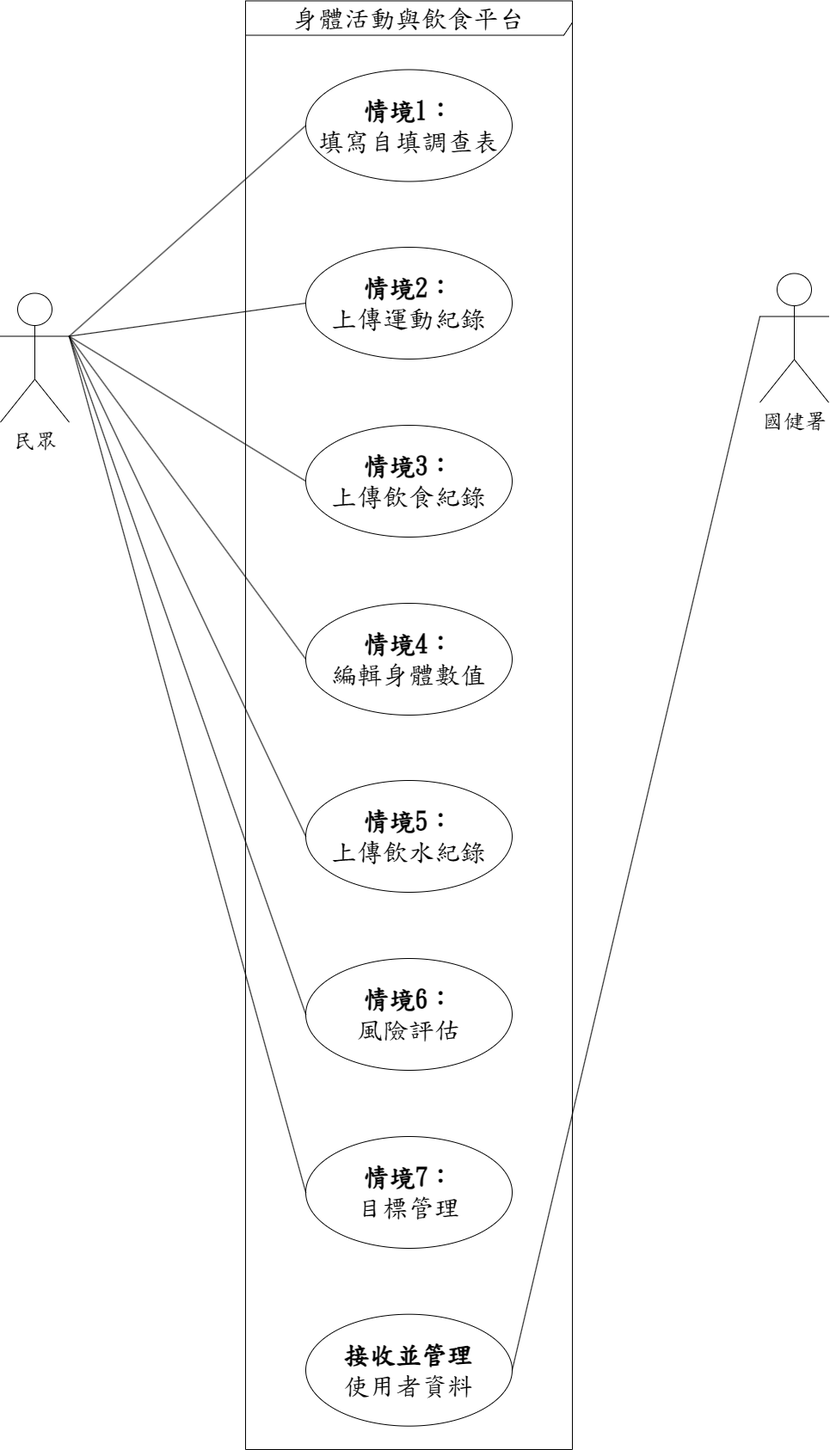
hpapa2025/pad keeps this draw.io diagram as input/images/usecase.png. Above is the earlier version. Source tidied: cells renumbered, new cells last; positions are measured from the earlier drawing's top-left corner, leaving out a move shared by most shapes.
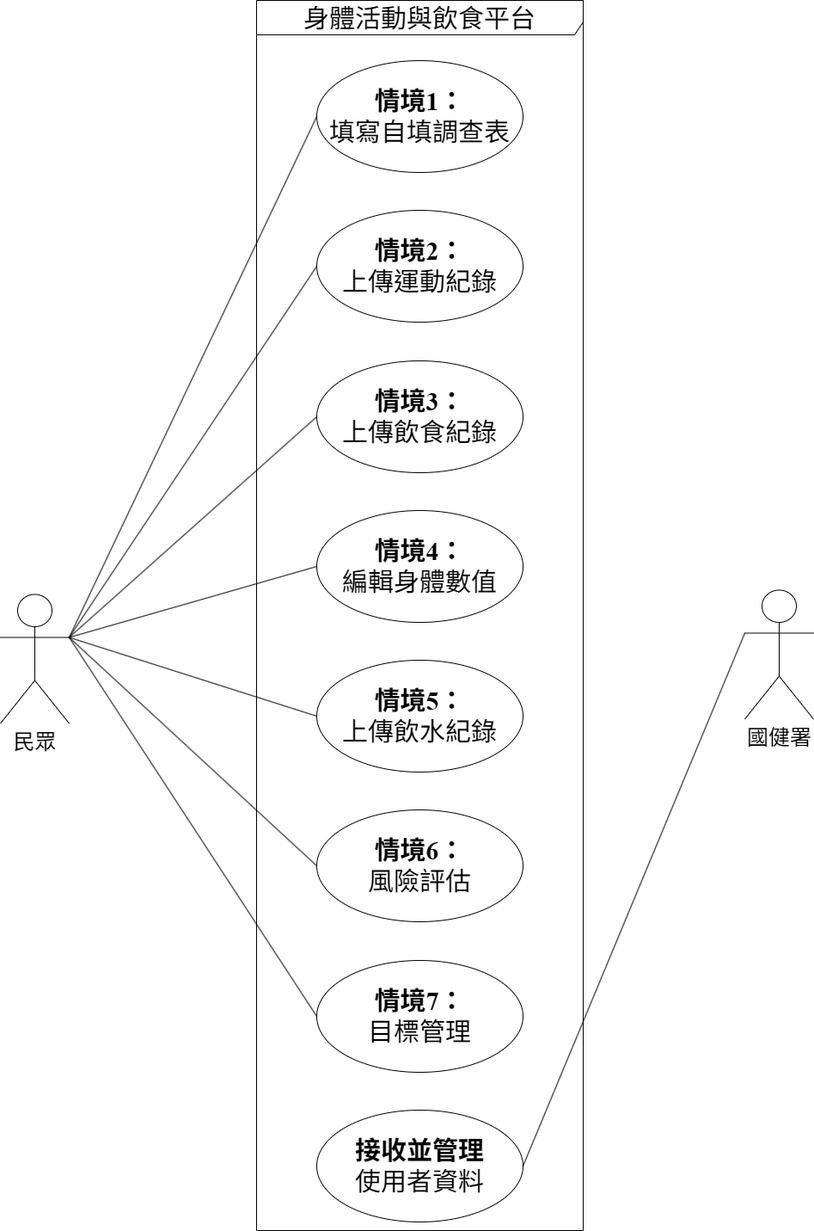
Above is the later version.

Diff of the diagram source:
```diff
@@ -2,61 +2,61 @@
   <root>
     <mxCell id="0" />
     <mxCell id="1" parent="0" />
-    <mxCell id="2" value="&lt;span style=&quot;font-size: 30px;&quot;&gt;身體活動與飲食平台&lt;/span&gt;" style="shape=umlFrame;whiteSpace=wrap;html=1;width=380;height=40;fontFamily=標楷體;" parent="1" vertex="1">
-      <mxGeometry x="285" y="-0.5" width="380" height="1684.5" as="geometry" />
+    <mxCell id="2" value="&lt;span style=&quot;font-size: 30px;&quot;&gt;身體活動與飲食平台&lt;/span&gt;" style="shape=umlFrame;whiteSpace=wrap;html=1;width=380;height=40;fontFamily=Times New Roman;" parent="1" vertex="1">
+      <mxGeometry x="285" y="24" width="380" height="1430" as="geometry" />
     </mxCell>
-    <mxCell id="3" style="rounded=0;jettySize=auto;html=1;exitX=1;exitY=0.3333333333333333;exitDx=0;exitDy=0;exitPerimeter=0;strokeWidth=1;entryX=0;entryY=0.5;entryDx=0;entryDy=0;endArrow=none;endFill=0;fontFamily=標楷體;" parent="1" edge="1" source="5" target="7">
+    <mxCell id="3" style="rounded=0;jettySize=auto;html=1;exitX=1;exitY=0.3333333333333333;exitDx=0;exitDy=0;exitPerimeter=0;strokeWidth=1;entryX=0;entryY=0.5;entryDx=0;entryDy=0;endArrow=none;endFill=0;fontFamily=Times New Roman;" parent="1" edge="1" source="5" target="7">
       <mxGeometry relative="1" as="geometry" />
     </mxCell>
-    <mxCell id="4" style="rounded=0;jettySize=auto;html=1;exitX=1;exitY=0.3333333333333333;exitDx=0;exitDy=0;exitPerimeter=0;entryX=0;entryY=0.5;entryDx=0;entryDy=0;endArrow=none;endFill=0;strokeWidth=1;fontFamily=標楷體;" parent="1" edge="1" source="5" target="8">
+    <mxCell id="4" style="rounded=0;jettySize=auto;html=1;exitX=1;exitY=0.3333333333333333;exitDx=0;exitDy=0;exitPerimeter=0;entryX=0;entryY=0.5;entryDx=0;entryDy=0;endArrow=none;endFill=0;strokeWidth=1;fontFamily=Times New Roman;" parent="1" edge="1" source="5" target="8">
       <mxGeometry relative="1" as="geometry" />
     </mxCell>
-    <mxCell id="5" value="&lt;span style=&quot;font-size: 25px;&quot;&gt;民眾&lt;/span&gt;" style="shape=umlActor;verticalLabelPosition=bottom;verticalAlign=top;html=1;fontFamily=標楷體;" parent="1" vertex="1">
-      <mxGeometry y="339.5" width="80" height="150" as="geometry" />
+    <mxCell id="5" value="&lt;span style=&quot;font-size: 25px;&quot;&gt;民眾&lt;/span&gt;" style="shape=umlActor;verticalLabelPosition=bottom;verticalAlign=top;html=1;fontFamily=Times New Roman;" parent="1" vertex="1">
+      <mxGeometry x="-13" y="714.5" width="80" height="150" as="geometry" />
     </mxCell>
-    <mxCell id="6" value="&lt;b&gt;情境1：&lt;/b&gt;&lt;br&gt;填寫自填調查表" style="ellipse;whiteSpace=wrap;html=1;fontSize=30;fontFamily=標楷體;" parent="1" vertex="1">
-      <mxGeometry x="355" y="79.5" width="240" height="130" as="geometry" />
+    <mxCell id="6" value="&lt;b&gt;情境1：&lt;/b&gt;&lt;br&gt;填寫自填調查表" style="ellipse;whiteSpace=wrap;html=1;fontSize=30;fontFamily=Times New Roman;" parent="1" vertex="1">
+      <mxGeometry x="355" y="94" width="240" height="130" as="geometry" />
     </mxCell>
-    <mxCell id="7" value="&lt;b style=&quot;font-size: 30px;&quot;&gt;情境3：&lt;/b&gt;&lt;br style=&quot;font-size: 30px;&quot;&gt;&lt;span style=&quot;font-size: 30px;&quot;&gt;上傳飲食紀錄&lt;/span&gt;" style="ellipse;whiteSpace=wrap;html=1;fontSize=20;fontFamily=標楷體;" parent="1" vertex="1">
-      <mxGeometry x="355" y="493" width="240" height="130" as="geometry" />
+    <mxCell id="7" value="&lt;b style=&quot;font-size: 30px;&quot;&gt;情境3：&lt;/b&gt;&lt;br style=&quot;font-size: 30px;&quot;&gt;&lt;span style=&quot;font-size: 30px;&quot;&gt;上傳飲食紀錄&lt;/span&gt;" style="ellipse;whiteSpace=wrap;html=1;fontSize=20;fontFamily=Times New Roman;" parent="1" vertex="1">
+      <mxGeometry x="355" y="443" width="240" height="130" as="geometry" />
     </mxCell>
-    <mxCell id="8" value="&lt;b style=&quot;font-size: 30px;&quot;&gt;情境2：&lt;/b&gt;&lt;br style=&quot;font-size: 30px;&quot;&gt;&lt;span style=&quot;font-size: 30px;&quot;&gt;上傳運動紀錄&lt;/span&gt;&lt;span style=&quot;font-size: 30px&quot;&gt;&lt;/span&gt;" style="ellipse;whiteSpace=wrap;html=1;fontSize=20;fontFamily=標楷體;" parent="1" vertex="1">
-      <mxGeometry x="355" y="286" width="240" height="130" as="geometry" />
+    <mxCell id="8" value="&lt;b style=&quot;font-size: 30px;&quot;&gt;情境2：&lt;/b&gt;&lt;br style=&quot;font-size: 30px;&quot;&gt;&lt;span style=&quot;font-size: 30px;&quot;&gt;上傳運動紀錄&lt;/span&gt;&lt;span style=&quot;font-size: 30px&quot;&gt;&lt;/span&gt;" style="ellipse;whiteSpace=wrap;html=1;fontSize=20;fontFamily=Times New Roman;" parent="1" vertex="1">
+      <mxGeometry x="355" y="268" width="240" height="130" as="geometry" />
     </mxCell>
-    <mxCell id="9" value="&lt;span style=&quot;font-size: 25px;&quot;&gt;國健署&lt;/span&gt;" style="shape=umlActor;verticalLabelPosition=bottom;verticalAlign=top;html=1;fontFamily=標楷體;" parent="1" vertex="1">
-      <mxGeometry x="883" y="316.5" width="80" height="150" as="geometry" />
+    <mxCell id="9" value="&lt;span style=&quot;font-size: 25px;&quot;&gt;國健署&lt;/span&gt;" style="shape=umlActor;verticalLabelPosition=bottom;verticalAlign=top;html=1;fontFamily=Times New Roman;" parent="1" vertex="1">
+      <mxGeometry x="853" y="709.5" width="80" height="150" as="geometry" />
     </mxCell>
-    <mxCell id="10" value="&lt;span style=&quot;font-size: 30px&quot;&gt;&lt;b&gt;接收並管理&lt;/b&gt;&lt;br&gt;使用者資料&lt;br&gt;&lt;/span&gt;" style="ellipse;whiteSpace=wrap;html=1;fontSize=20;fontFamily=標楷體;" parent="1" vertex="1">
-      <mxGeometry x="355" y="1526.7" width="240" height="130" as="geometry" />
+    <mxCell id="10" value="&lt;span style=&quot;font-size: 30px&quot;&gt;&lt;b&gt;接收並管理&lt;/b&gt;&lt;br&gt;使用者資料&lt;br&gt;&lt;/span&gt;" style="ellipse;whiteSpace=wrap;html=1;fontSize=20;fontFamily=Times New Roman;" parent="1" vertex="1">
+      <mxGeometry x="355" y="1314" width="240" height="130" as="geometry" />
     </mxCell>
-    <mxCell id="11" style="rounded=0;jettySize=auto;html=1;exitX=1;exitY=0.3333333333333333;exitDx=0;exitDy=0;exitPerimeter=0;entryX=0;entryY=0.5;entryDx=0;entryDy=0;endArrow=none;endFill=0;strokeWidth=1;fontFamily=標楷體;" parent="1" edge="1" source="5" target="6">
+    <mxCell id="11" style="rounded=0;jettySize=auto;html=1;exitX=1;exitY=0.3333333333333333;exitDx=0;exitDy=0;exitPerimeter=0;entryX=0;entryY=0.5;entryDx=0;entryDy=0;endArrow=none;endFill=0;strokeWidth=1;fontFamily=Times New Roman;" parent="1" edge="1" source="5" target="6">
       <mxGeometry relative="1" as="geometry" />
     </mxCell>
-    <mxCell id="12" value="&lt;b style=&quot;font-size: 30px;&quot;&gt;情境4：&lt;/b&gt;&lt;br style=&quot;font-size: 30px;&quot;&gt;&lt;span style=&quot;font-size: 30px;&quot;&gt;編輯身體數值&lt;/span&gt;" style="ellipse;whiteSpace=wrap;html=1;fontSize=20;fontFamily=標楷體;" parent="1" vertex="1">
-      <mxGeometry x="355" y="700" width="240" height="130" as="geometry" />
+    <mxCell id="12" value="&lt;b style=&quot;font-size: 30px;&quot;&gt;情境4：&lt;/b&gt;&lt;br style=&quot;font-size: 30px;&quot;&gt;&lt;span style=&quot;font-size: 30px;&quot;&gt;編輯身體數值&lt;/span&gt;" style="ellipse;whiteSpace=wrap;html=1;fontSize=20;fontFamily=Times New Roman;" parent="1" vertex="1">
+      <mxGeometry x="355" y="617" width="240" height="130" as="geometry" />
     </mxCell>
-    <mxCell id="13" value="&lt;b style=&quot;font-size: 30px;&quot;&gt;情境5：&lt;/b&gt;&lt;br style=&quot;font-size: 30px;&quot;&gt;&lt;span style=&quot;font-size: 30px;&quot;&gt;上傳飲水紀錄&lt;/span&gt;" style="ellipse;whiteSpace=wrap;html=1;fontSize=20;fontFamily=標楷體;" parent="1" vertex="1">
-      <mxGeometry x="355" y="906" width="240" height="130" as="geometry" />
+    <mxCell id="13" value="&lt;b style=&quot;font-size: 30px;&quot;&gt;情境5：&lt;/b&gt;&lt;br style=&quot;font-size: 30px;&quot;&gt;&lt;span style=&quot;font-size: 30px;&quot;&gt;上傳飲水紀錄&lt;/span&gt;" style="ellipse;whiteSpace=wrap;html=1;fontSize=20;fontFamily=Times New Roman;" parent="1" vertex="1">
+      <mxGeometry x="355" y="791" width="240" height="130" as="geometry" />
     </mxCell>
-    <mxCell id="14" value="&lt;b style=&quot;font-size: 30px;&quot;&gt;情境6：&lt;/b&gt;&lt;br style=&quot;font-size: 30px;&quot;&gt;&lt;span style=&quot;font-size: 30px;&quot;&gt;風險評估&lt;/span&gt;" style="ellipse;whiteSpace=wrap;html=1;fontSize=20;fontFamily=標楷體;" parent="1" vertex="1">
-      <mxGeometry x="355" y="1113" width="240" height="130" as="geometry" />
+    <mxCell id="14" value="&lt;b style=&quot;font-size: 30px;&quot;&gt;情境6：&lt;/b&gt;&lt;br style=&quot;font-size: 30px;&quot;&gt;&lt;span style=&quot;font-size: 30px;&quot;&gt;風險評估&lt;/span&gt;" style="ellipse;whiteSpace=wrap;html=1;fontSize=20;fontFamily=Times New Roman;" parent="1" vertex="1">
+      <mxGeometry x="355" y="965" width="240" height="130" as="geometry" />
     </mxCell>
-    <mxCell id="15" value="&lt;b style=&quot;font-size: 30px;&quot;&gt;情境7：&lt;/b&gt;&lt;br style=&quot;font-size: 30px;&quot;&gt;&lt;span style=&quot;font-size: 30px;&quot;&gt;目標管理&lt;/span&gt;" style="ellipse;whiteSpace=wrap;html=1;fontSize=20;fontFamily=標楷體;" parent="1" vertex="1">
-      <mxGeometry x="355" y="1320" width="240" height="130" as="geometry" />
+    <mxCell id="15" value="&lt;b style=&quot;font-size: 30px;&quot;&gt;情境7：&lt;/b&gt;&lt;br style=&quot;font-size: 30px;&quot;&gt;&lt;span style=&quot;font-size: 30px;&quot;&gt;目標管理&lt;/span&gt;" style="ellipse;whiteSpace=wrap;html=1;fontSize=20;fontFamily=Times New Roman;" parent="1" vertex="1">
+      <mxGeometry x="355" y="1140" width="240" height="130" as="geometry" />
     </mxCell>
-    <mxCell id="16" style="rounded=0;jettySize=auto;html=1;exitX=1;exitY=0.3333333333333333;exitDx=0;exitDy=0;exitPerimeter=0;strokeWidth=1;entryX=0;entryY=0.5;entryDx=0;entryDy=0;endArrow=none;endFill=0;fontFamily=標楷體;" parent="1" edge="1" source="5" target="12">
+    <mxCell id="16" style="rounded=0;jettySize=auto;html=1;exitX=1;exitY=0.3333333333333333;exitDx=0;exitDy=0;exitPerimeter=0;strokeWidth=1;entryX=0;entryY=0.5;entryDx=0;entryDy=0;endArrow=none;endFill=0;fontFamily=Times New Roman;" parent="1" edge="1" source="5" target="12">
       <mxGeometry relative="1" as="geometry" />
     </mxCell>
-    <mxCell id="17" style="rounded=0;jettySize=auto;html=1;exitX=1;exitY=0.3333333333333333;exitDx=0;exitDy=0;exitPerimeter=0;strokeWidth=1;entryX=0;entryY=0.5;entryDx=0;entryDy=0;endArrow=none;endFill=0;fontFamily=標楷體;" parent="1" edge="1" source="5" target="13">
+    <mxCell id="17" style="rounded=0;jettySize=auto;html=1;exitX=1;exitY=0.3333333333333333;exitDx=0;exitDy=0;exitPerimeter=0;strokeWidth=1;entryX=0;entryY=0.5;entryDx=0;entryDy=0;endArrow=none;endFill=0;fontFamily=Times New Roman;" parent="1" edge="1" source="5" target="13">
       <mxGeometry relative="1" as="geometry" />
     </mxCell>
-    <mxCell id="18" style="rounded=0;jettySize=auto;html=1;exitX=1;exitY=0.3333333333333333;exitDx=0;exitDy=0;exitPerimeter=0;strokeWidth=1;entryX=0;entryY=0.5;entryDx=0;entryDy=0;endArrow=none;endFill=0;fontFamily=標楷體;" parent="1" edge="1" source="5" target="14">
+    <mxCell id="18" style="rounded=0;jettySize=auto;html=1;exitX=1;exitY=0.3333333333333333;exitDx=0;exitDy=0;exitPerimeter=0;strokeWidth=1;entryX=0;entryY=0.5;entryDx=0;entryDy=0;endArrow=none;endFill=0;fontFamily=Times New Roman;" parent="1" edge="1" source="5" target="14">
       <mxGeometry relative="1" as="geometry" />
     </mxCell>
-    <mxCell id="19" style="rounded=0;jettySize=auto;html=1;exitX=1;exitY=0.3333333333333333;exitDx=0;exitDy=0;exitPerimeter=0;strokeWidth=1;entryX=0;entryY=0.5;entryDx=0;entryDy=0;endArrow=none;endFill=0;fontFamily=標楷體;" parent="1" edge="1" source="5" target="15">
+    <mxCell id="19" style="rounded=0;jettySize=auto;html=1;exitX=1;exitY=0.3333333333333333;exitDx=0;exitDy=0;exitPerimeter=0;strokeWidth=1;entryX=0;entryY=0.5;entryDx=0;entryDy=0;endArrow=none;endFill=0;fontFamily=Times New Roman;" parent="1" edge="1" source="5" target="15">
       <mxGeometry relative="1" as="geometry" />
     </mxCell>
-    <mxCell id="20" style="rounded=0;jettySize=auto;html=1;exitX=0;exitY=0.3333333333333333;exitDx=0;exitDy=0;exitPerimeter=0;strokeWidth=1;entryX=1;entryY=0.5;entryDx=0;entryDy=0;endArrow=none;endFill=0;fontFamily=標楷體;" parent="1" edge="1" source="9" target="10">
+    <mxCell id="20" style="rounded=0;jettySize=auto;html=1;exitX=0;exitY=0.3333333333333333;exitDx=0;exitDy=0;exitPerimeter=0;strokeWidth=1;entryX=1;entryY=0.5;entryDx=0;entryDy=0;endArrow=none;endFill=0;fontFamily=Times New Roman;" parent="1" edge="1" source="9" target="10">
       <mxGeometry relative="1" as="geometry" />
     </mxCell>
   </root>
```
